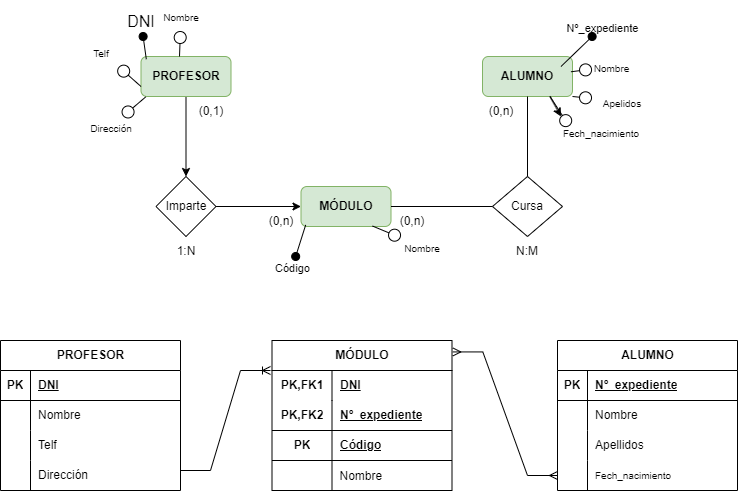
Earlier version of the draw.io export Data Base/Exercise1E/R a Relacional.drawio.png (Samue45/1-DAM). Source tidied: cells renumbered, new cells last; positions are measured from the earlier drawing's top-left corner, leaving out a move shared by most shapes.
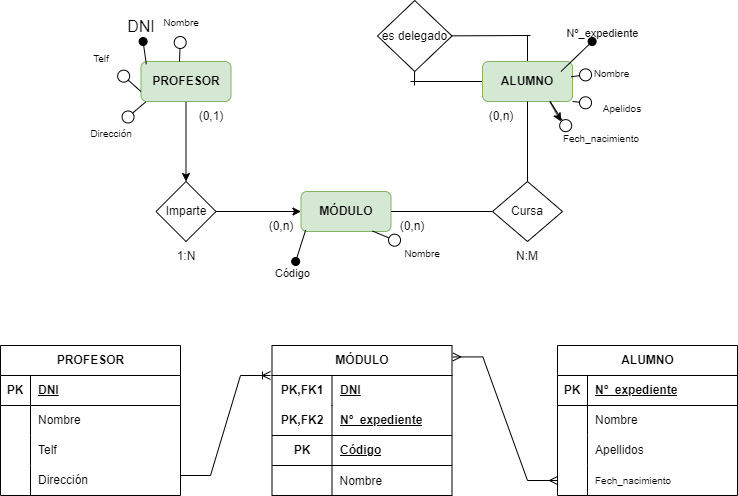
After the commit.

Diff of the diagram source:
```diff
@@ -8,6 +8,16 @@
     <mxCell id="3" value="&lt;b&gt;&lt;font style=&quot;font-size: 12px;&quot;&gt;PROFESOR&lt;/font&gt;&lt;/b&gt;" style="rounded=1;whiteSpace=wrap;html=1;fillColor=#d5e8d4;strokeColor=#82b366;" parent="1" vertex="1">
       <mxGeometry x="140.5" y="56" width="90" height="40" as="geometry" />
     </mxCell>
+    <mxCell id="79" style="edgeStyle=none;curved=1;rounded=0;jettySize=auto;html=1;fontSize=12;startSize=8;endSize=8;endArrow=none;endFill=0;" parent="1" edge="1" source="4">
+      <mxGeometry relative="1" as="geometry">
+        <mxPoint x="410" y="76" as="targetPoint" />
+      </mxGeometry>
+    </mxCell>
+    <mxCell id="80" style="edgeStyle=none;curved=1;rounded=0;jettySize=auto;html=1;fontSize=12;startSize=8;endSize=8;endArrow=none;endFill=0;" parent="1" edge="1" source="4">
+      <mxGeometry relative="1" as="geometry">
+        <mxPoint x="527" y="30" as="targetPoint" />
+      </mxGeometry>
+    </mxCell>
     <mxCell id="4" value="&lt;b&gt;&lt;font style=&quot;font-size: 12px;&quot;&gt;ALUMNO&lt;/font&gt;&lt;/b&gt;" style="rounded=1;whiteSpace=wrap;html=1;fillColor=#d5e8d4;strokeColor=#82b366;" parent="1" vertex="1">
       <mxGeometry x="482" y="56" width="90" height="40" as="geometry" />
     </mxCell>
@@ -249,5 +259,18 @@
         </Array>
       </mxGeometry>
     </mxCell>
+    <mxCell id="81" style="edgeStyle=none;curved=1;rounded=0;jettySize=auto;html=1;fontSize=12;startSize=8;endSize=8;endArrow=none;endFill=0;" parent="1" edge="1" source="83">
+      <mxGeometry relative="1" as="geometry">
+        <mxPoint x="414" y="80" as="targetPoint" />
+      </mxGeometry>
+    </mxCell>
+    <mxCell id="82" style="edgeStyle=none;curved=1;rounded=0;jettySize=auto;html=1;fontSize=12;startSize=8;endSize=8;endArrow=none;endFill=0;" parent="1" edge="1" source="83">
+      <mxGeometry relative="1" as="geometry">
+        <mxPoint x="530" y="30" as="targetPoint" />
+      </mxGeometry>
+    </mxCell>
+    <mxCell id="83" value="es delegado" style="rhombus;whiteSpace=wrap;html=1;" parent="1" vertex="1">
+      <mxGeometry x="377" y="-5" width="74.5" height="71" as="geometry" />
+    </mxCell>
   </root>
 </mxGraphModel>
```
